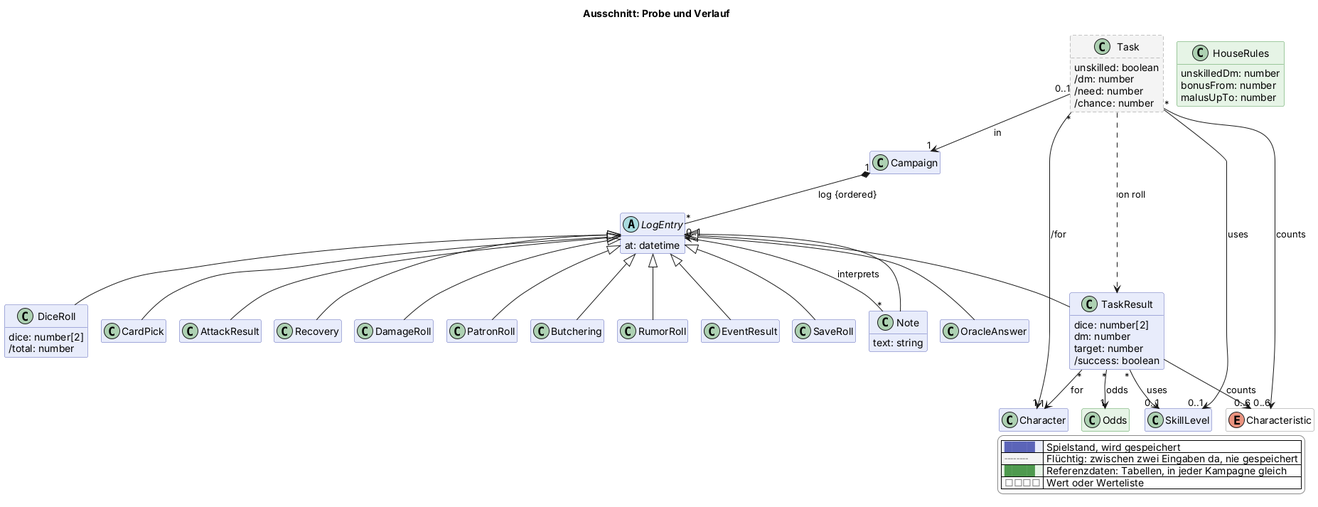
Earlier version of the PlantUML export docs/views/probe.png (scuzzar/SRE).
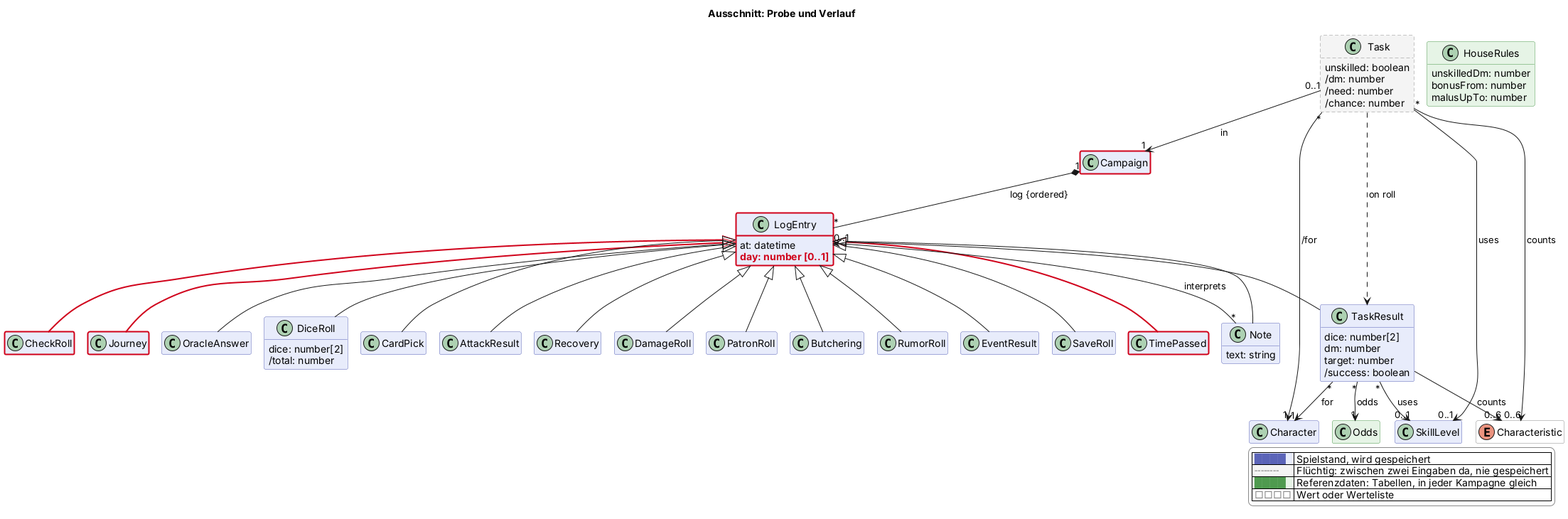
After the change.

Change to the diagram source:
```diff
@@ -74,6 +74,7 @@
 
   abstract class LogEntry $probe {
     at: datetime
+    $new("2026-11-13d", "day: number [0..1]")
   }
   class OracleAnswer $karte
   class DiceRoll $probe {
@@ -89,6 +90,10 @@
   class RumorRoll $begegnung
   class EventResult $begegnung
   class SaveRoll $begegnung
+
+  class TimePassed $reise $newClass("2026-11-13d")
+  class CheckRoll $reise $newClass("2026-11-13d")
+  class Journey $reise $newClass("2026-11-13d")
 
   class Task <<transient>> $probe {
     unskilled: boolean
@@ -115,6 +120,10 @@
   enum Characteristic <<value>> $charakter
 
 Campaign "1" *-- "*" LogEntry : log {ordered}
+
+LogEntry <|-$newArrow("2026-11-13d")- TimePassed
+LogEntry <|-$newArrow("2026-11-13d")- CheckRoll
+LogEntry <|-$newArrow("2026-11-13d")- Journey
 
 
 
@@ -156,4 +165,6 @@
   |<#e6f4e6> <color:#4f9a4f>████</color> | Referenzdaten: Tabellen, in jeder Kampagne gleich |
   |<#ffffff> <color:#8a8a8a>□□□□</color> | Wert oder Werteliste |
 endlegend
+class Campaign #line:d0021b;line.bold
+class LogEntry #line:d0021b;line.bold
 @enduml
```
